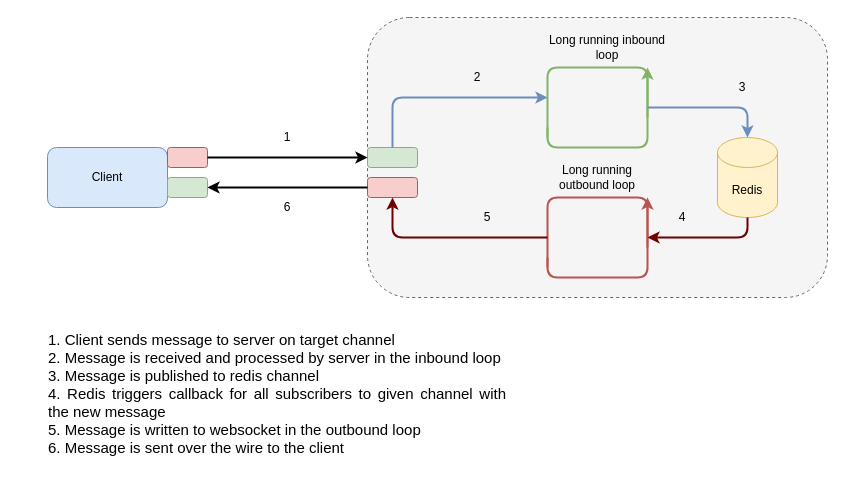
This is Docs/Communication.drawio from sanzor/Ctesiphon, a draw.io file, before an edit. Source tidied: cells renumbered, new cells numbered last; positions are measured from the earlier drawing's top-left corner, leaving out a move shared by most shapes. Both pictures are drawn from the tidied source at 100%, with x=0, y=0 at pixel (47, 17). Pictures stored in the file or linked from it are replaced by grey dashed boxes.
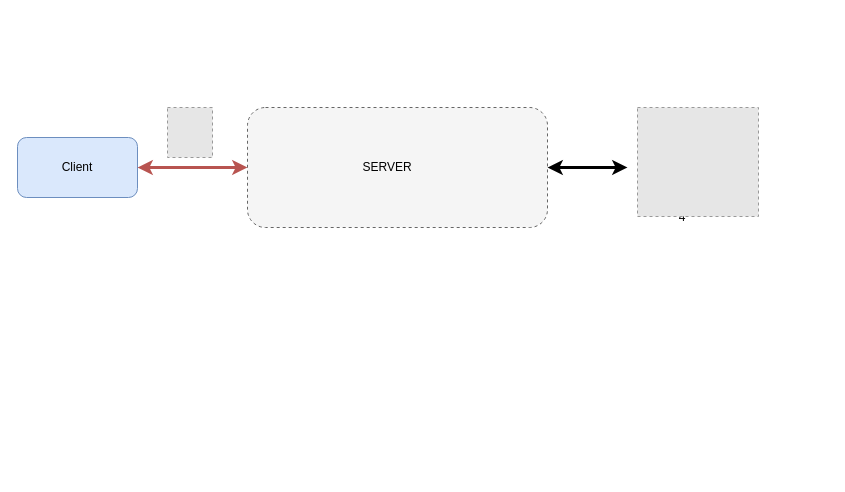
The same page after the edit.

Commit message (it also covers changes not shown here):
broker in two the chat client

Diff of the diagram source:
```diff
@@
     <mxCell id="2" style="rounded=1;whiteSpace=wrap;html=1;dashed=1;fillColor=#f5f5f5;strokeColor=#666666;fontColor=#333333;" parent="1" vertex="1">
-      <mxGeometry x="320" width="460" height="280" as="geometry" />
+      <mxGeometry x="200" y="90" width="300" height="120" as="geometry" />
     </mxCell>
     <mxCell id="3" value="Client" style="rounded=1;whiteSpace=wrap;html=1;fillColor=#dae8fc;strokeColor=#6c8ebf;" parent="1" vertex="1">
-      <mxGeometry y="130" width="120" height="60" as="geometry" />
+      <mxGeometry x="-30" y="120" width="120" height="60" as="geometry" />
     </mxCell>
-    <mxCell id="4" style="rounded=1;whiteSpace=wrap;html=1;fillColor=#f8cecc;strokeColor=#b85450;" parent="1" vertex="1">
-      <mxGeometry x="120" y="130" width="40" height="20" as="geometry" />
-    </mxCell>
-    <mxCell id="5" style="rounded=1;whiteSpace=wrap;html=1;fillColor=#d5e8d4;strokeColor=#82b366;" parent="1" vertex="1">
-      <mxGeometry x="120" y="160" width="40" height="20" as="geometry" />
-    </mxCell>
-    <mxCell id="6" style="edgeStyle=elbowEdgeStyle;elbow=vertical;endArrow=none;html=1;endFill=0;strokeWidth=2;fillColor=#d5e8d4;strokeColor=#82b366;" parent="1" edge="1">
-      <mxGeometry relative="1" as="geometry">
-        <mxPoint x="600" y="100" as="sourcePoint" />
-        <mxPoint x="500" y="120" as="targetPoint" />
-        <Array as="points">
-          <mxPoint x="560" y="50" />
-        </Array>
-      </mxGeometry>
-    </mxCell>
-    <mxCell id="7" value="Redis" style="shape=cylinder3;whiteSpace=wrap;html=1;boundedLbl=1;backgroundOutline=1;size=15;fillColor=#fff2cc;strokeColor=#d6b656;" parent="1" vertex="1">
-      <mxGeometry x="670" y="120" width="60" height="80" as="geometry" />
-    </mxCell>
-    <mxCell id="8" value="Long running inbound loop" style="text;html=1;strokeColor=none;fillColor=none;align=center;verticalAlign=middle;whiteSpace=wrap;rounded=0;" parent="1" vertex="1">
-      <mxGeometry x="500" y="20" width="120" height="20" as="geometry" />
-    </mxCell>
-    <mxCell id="9" style="rounded=1;whiteSpace=wrap;html=1;fillColor=#d5e8d4;strokeColor=#82b366;" parent="1" vertex="1">
-      <mxGeometry x="320" y="130" width="50" height="20" as="geometry" />
-    </mxCell>
-    <mxCell id="10" value="1" style="text;html=1;strokeColor=none;fillColor=none;align=center;verticalAlign=middle;whiteSpace=wrap;rounded=0;" parent="1" vertex="1">
-      <mxGeometry x="180" y="110" width="120" height="20" as="geometry" />
-    </mxCell>
-    <mxCell id="11" value="3" style="text;html=1;strokeColor=none;fillColor=none;align=center;verticalAlign=middle;whiteSpace=wrap;rounded=0;" parent="1" vertex="1">
-      <mxGeometry x="640" y="60" width="110" height="20" as="geometry" />
-    </mxCell>
-    <mxCell id="12" style="rounded=1;whiteSpace=wrap;html=1;fillColor=#f8cecc;strokeColor=#b85450;" parent="1" vertex="1">
-      <mxGeometry x="320" y="160" width="50" height="20" as="geometry" />
-    </mxCell>
-    <mxCell id="13" style="edgeStyle=elbowEdgeStyle;elbow=vertical;endArrow=classic;html=1;strokeWidth=2;fillColor=#d5e8d4;strokeColor=#82b366;" parent="1" edge="1">
-      <mxGeometry relative="1" as="geometry">
-        <mxPoint x="500" y="110" as="sourcePoint" />
-        <mxPoint x="600" y="50" as="targetPoint" />
-        <Array as="points">
-          <mxPoint x="550" y="130" />
-        </Array>
-      </mxGeometry>
-    </mxCell>
-    <mxCell id="14" value="Long running outbound loop" style="text;html=1;strokeColor=none;fillColor=none;align=center;verticalAlign=middle;whiteSpace=wrap;rounded=0;" parent="1" vertex="1">
-      <mxGeometry x="490" y="150" width="120" height="20" as="geometry" />
-    </mxCell>
-    <mxCell id="15" value="2" style="text;html=1;strokeColor=none;fillColor=none;align=center;verticalAlign=middle;whiteSpace=wrap;rounded=0;" parent="1" vertex="1">
-      <mxGeometry x="370" y="50" width="120" height="20" as="geometry" />
-    </mxCell>
-    <mxCell id="16" style="edgeStyle=elbowEdgeStyle;elbow=vertical;endArrow=classic;html=1;strokeWidth=2;entryX=0.5;entryY=0;entryDx=0;entryDy=0;entryPerimeter=0;fillColor=#dae8fc;strokeColor=#6c8ebf;" parent="1" edge="1" target="7">
-      <mxGeometry relative="1" as="geometry">
-        <mxPoint x="600" y="90" as="sourcePoint" />
-        <Array as="points">
-          <mxPoint x="600" y="90" />
-        </Array>
-      </mxGeometry>
-    </mxCell>
-    <mxCell id="17" style="edgeStyle=elbowEdgeStyle;elbow=vertical;endArrow=none;html=1;endFill=0;strokeWidth=2;fillColor=#f8cecc;strokeColor=#b85450;" parent="1" edge="1">
-      <mxGeometry relative="1" as="geometry">
-        <mxPoint x="600" y="230" as="sourcePoint" />
-        <mxPoint x="500" y="250" as="targetPoint" />
-        <Array as="points">
-          <mxPoint x="560" y="180" />
-        </Array>
-      </mxGeometry>
-    </mxCell>
-    <mxCell id="18" style="edgeStyle=elbowEdgeStyle;elbow=vertical;endArrow=classic;html=1;strokeWidth=2;fillColor=#f8cecc;strokeColor=#b85450;" parent="1" edge="1">
-      <mxGeometry relative="1" as="geometry">
-        <mxPoint x="500" y="240" as="sourcePoint" />
-        <mxPoint x="600" y="180" as="targetPoint" />
-        <Array as="points">
-          <mxPoint x="550" y="260" />
-        </Array>
-      </mxGeometry>
-    </mxCell>
-    <mxCell id="19" style="edgeStyle=elbowEdgeStyle;elbow=vertical;endArrow=classic;html=1;strokeWidth=2;exitX=0.5;exitY=1;exitDx=0;exitDy=0;exitPerimeter=0;fillColor=#a20025;strokeColor=#6F0000;" parent="1" edge="1" source="7">
-      <mxGeometry relative="1" as="geometry">
-        <mxPoint x="600" y="220" as="targetPoint" />
-        <Array as="points">
-          <mxPoint x="650" y="220" />
-        </Array>
-      </mxGeometry>
-    </mxCell>
@@
-    <mxCell id="21" style="edgeStyle=elbowEdgeStyle;elbow=vertical;endArrow=classic;html=1;strokeWidth=2;exitX=0.5;exitY=0;exitDx=0;exitDy=0;fillColor=#dae8fc;strokeColor=#6c8ebf;" parent="1" edge="1" source="9">
-      <mxGeometry relative="1" as="geometry">
-        <mxPoint x="500" y="80" as="targetPoint" />
-        <Array as="points">
-          <mxPoint x="440" y="80" />
-        </Array>
-      </mxGeometry>
-    </mxCell>
-    <mxCell id="22" style="edgeStyle=elbowEdgeStyle;elbow=vertical;endArrow=classic;html=1;strokeWidth=2;fillColor=#a20025;strokeColor=#6F0000;entryX=0.5;entryY=1;entryDx=0;entryDy=0;" parent="1" edge="1" target="12">
-      <mxGeometry relative="1" as="geometry">
-        <mxPoint x="500" y="220" as="sourcePoint" />
-        <Array as="points">
-          <mxPoint x="420" y="220" />
-        </Array>
-      </mxGeometry>
-    </mxCell>
-    <mxCell id="23" style="endArrow=classic;html=1;strokeWidth=2;exitX=0;exitY=0.5;exitDx=0;exitDy=0;entryX=1;entryY=0.5;entryDx=0;entryDy=0;" parent="1" edge="1" source="12" target="5">
-      <mxGeometry relative="1" as="geometry" />
-    </mxCell>
-    <mxCell id="24" style="endArrow=classic;html=1;strokeWidth=2;exitX=1;exitY=0.5;exitDx=0;exitDy=0;entryX=0;entryY=0.5;entryDx=0;entryDy=0;" parent="1" edge="1" source="4" target="9">
-      <mxGeometry relative="1" as="geometry" />
-    </mxCell>
-    <mxCell id="25" value="5" style="text;html=1;strokeColor=none;fillColor=none;align=center;verticalAlign=middle;whiteSpace=wrap;rounded=0;" parent="1" vertex="1">
-      <mxGeometry x="380" y="190" width="120" height="20" as="geometry" />
-    </mxCell>
-    <mxCell id="26" value="6" style="text;html=1;strokeColor=none;fillColor=none;align=center;verticalAlign=middle;whiteSpace=wrap;rounded=0;" parent="1" vertex="1">
-      <mxGeometry x="180" y="180" width="120" height="20" as="geometry" />
-    </mxCell>
-    <mxCell id="27" value="&lt;div style=&quot;text-align: justify ; font-size: 15px&quot;&gt;&lt;font style=&quot;font-size: 15px&quot;&gt;1. Client sends message to server on target channel&lt;/font&gt;&lt;/div&gt;&lt;div style=&quot;text-align: justify ; font-size: 15px&quot;&gt;&lt;span&gt;&lt;font style=&quot;font-size: 15px&quot;&gt;2. Message is received and processed by server in the inbound loop&lt;/font&gt;&lt;/span&gt;&lt;/div&gt;&lt;div style=&quot;text-align: justify ; font-size: 15px&quot;&gt;&lt;span&gt;&lt;font style=&quot;font-size: 15px&quot;&gt;3. Message is published to redis channel&lt;/font&gt;&lt;/span&gt;&lt;/div&gt;&lt;div style=&quot;text-align: justify ; font-size: 15px&quot;&gt;&lt;span&gt;&lt;font style=&quot;font-size: 15px&quot;&gt;4. Redis triggers callback for all subscribers to given channel with the new message&lt;/font&gt;&lt;/span&gt;&lt;/div&gt;&lt;div style=&quot;text-align: justify ; font-size: 15px&quot;&gt;&lt;span&gt;&lt;font style=&quot;font-size: 15px&quot;&gt;5. Message is written to websocket in the outbound loop&lt;/font&gt;&lt;/span&gt;&lt;/div&gt;&lt;div style=&quot;text-align: justify ; font-size: 15px&quot;&gt;&lt;span&gt;&lt;font style=&quot;font-size: 15px&quot;&gt;6. Message is sent over the wire to the client&lt;/font&gt;&lt;/span&gt;&lt;/div&gt;&lt;div style=&quot;text-align: justify ; font-size: 15px&quot;&gt;&lt;span&gt;&lt;br&gt;&lt;/span&gt;&lt;/div&gt;" style="text;html=1;strokeColor=none;fillColor=none;align=center;verticalAlign=middle;whiteSpace=wrap;rounded=0;" parent="1" vertex="1">
-      <mxGeometry y="350" width="460" height="70" as="geometry" />
-    </mxCell>
+    <mxCell id="28" value="SERVER" style="text;html=1;strokeColor=none;fillColor=none;align=center;verticalAlign=middle;whiteSpace=wrap;rounded=0;" parent="1" vertex="1">
+      <mxGeometry x="320" y="140" width="40" height="20" as="geometry" />
+    </mxCell>
+    <mxCell id="29" style="endArrow=classic;startArrow=classic;html=1;exitX=1;exitY=0.5;exitDx=0;exitDy=0;strokeWidth=3;fillColor=#f8cecc;strokeColor=#b85450;" parent="1" edge="1" source="3">
+      <mxGeometry relative="1" as="geometry">
+        <mxPoint x="200" y="150" as="targetPoint" />
+      </mxGeometry>
+    </mxCell>
+    <mxCell id="30" style="fillColor=#E6E6E6;strokeColor=#999999;dashed=1;verticalLabelPosition=bottom;labelBackgroundColor=#ffffff;verticalAlign=top;" parent="1" vertex="1">
+      <mxGeometry x="120" y="90" width="45" height="50" as="geometry" />
+    </mxCell>
+    <mxCell id="31" style="endArrow=classic;startArrow=classic;html=1;strokeWidth=3;exitX=1;exitY=0.5;exitDx=0;exitDy=0;" parent="1" edge="1" source="2">
+      <mxGeometry relative="1" as="geometry">
+        <mxPoint x="580" y="150" as="targetPoint" />
+      </mxGeometry>
+    </mxCell>
+    <mxCell id="32" style="fillColor=#E6E6E6;strokeColor=#999999;dashed=1;verticalLabelPosition=bottom;labelBackgroundColor=#ffffff;verticalAlign=top;" parent="1" vertex="1">
+      <mxGeometry x="590" y="90" width="121" height="109" as="geometry" />
+    </mxCell>
```
